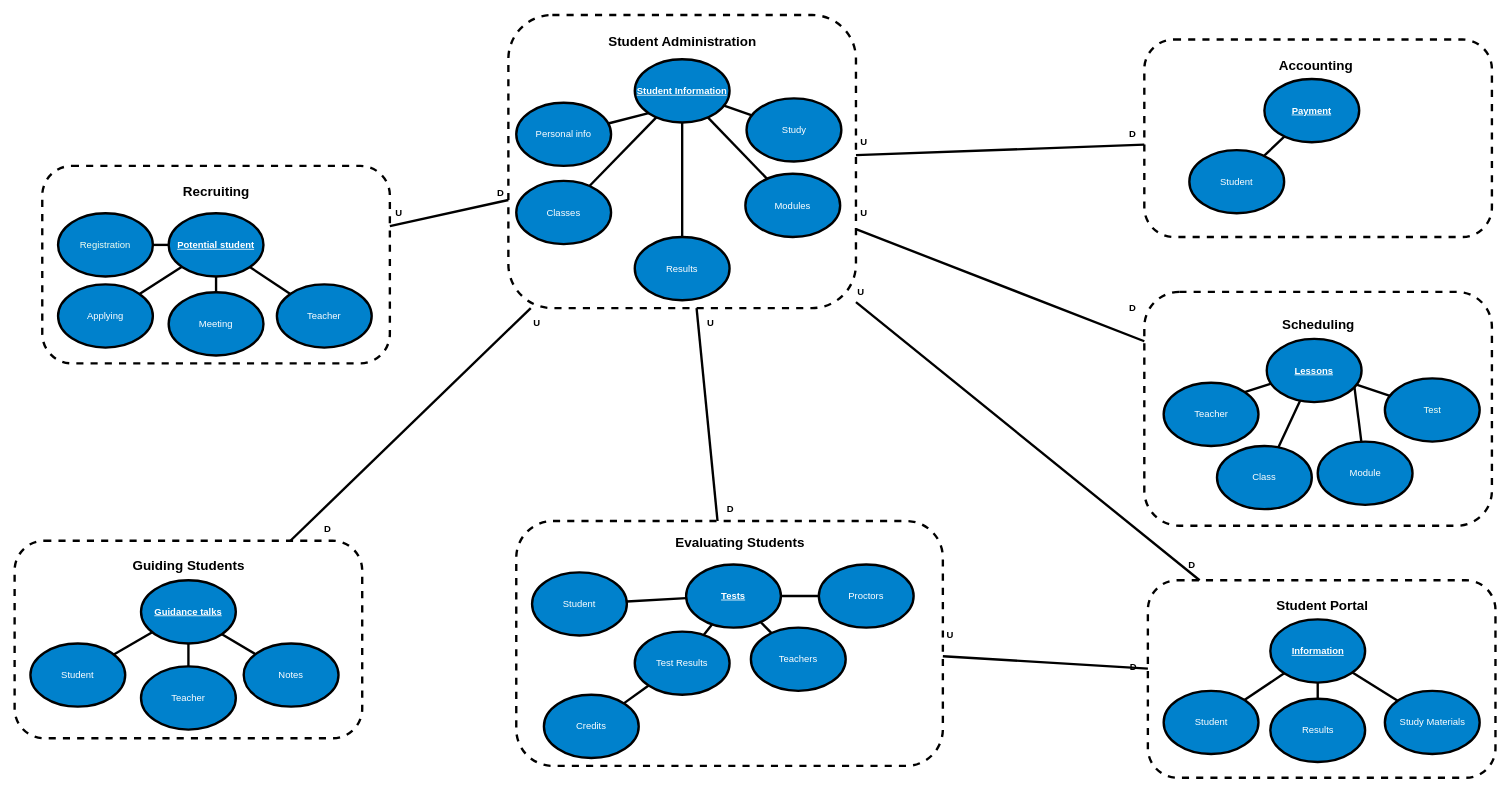
This is Context map.drawio from avantys-solutionarchitecture/documentation, a draw.io file, before an edit. Source tidied: cells renumbered, new cells numbered last; positions are measured from the earlier drawing's top-left corner, leaving out a move shared by most shapes. Both pictures are drawn from the tidied source at 79%, with x=0, y=0 at pixel (14, 14).
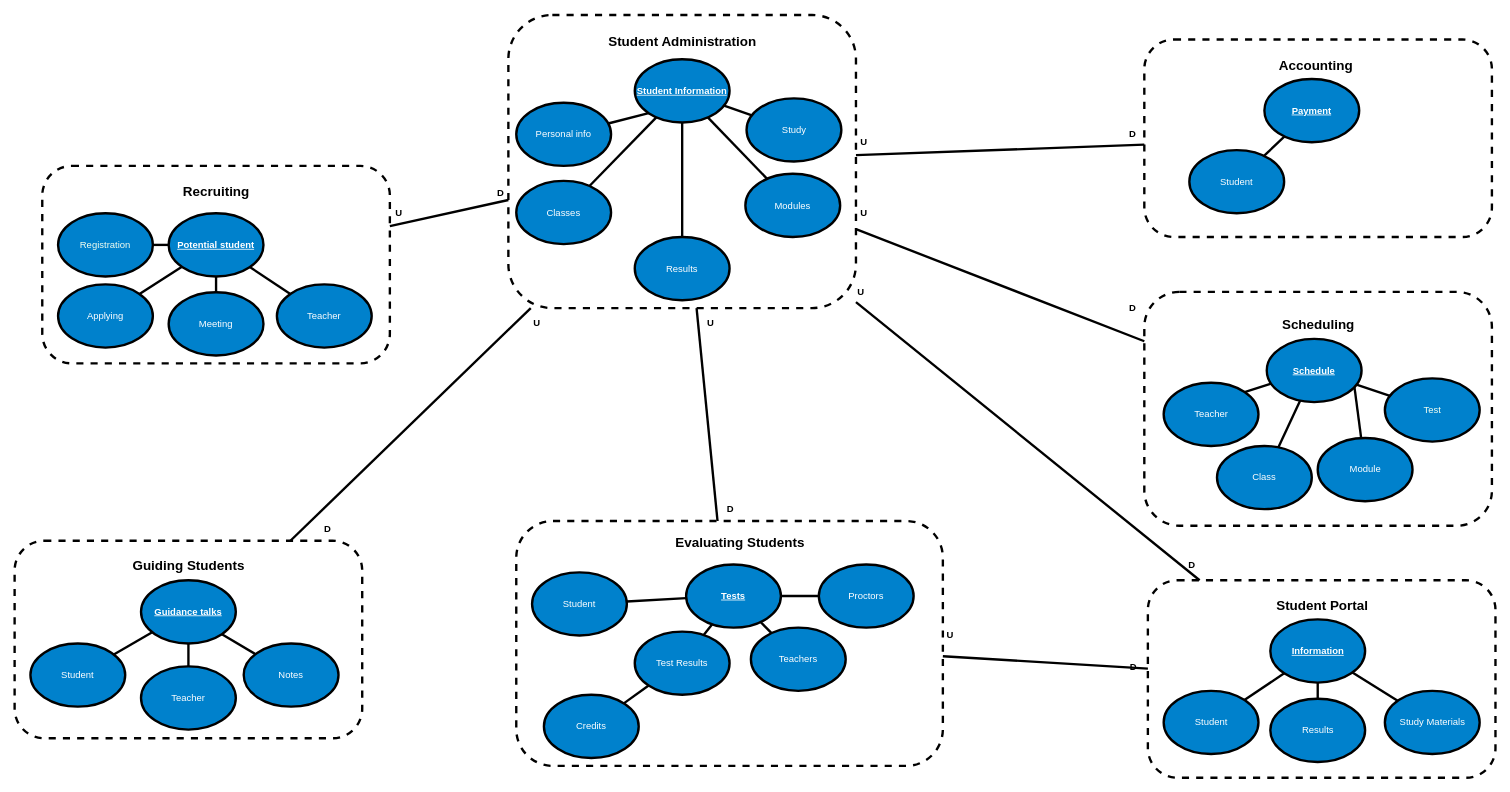
The same diagram, later.

The edit, as a diff of the source:
```diff
@@
-    <mxCell id="55" value="&lt;font color=&quot;#ffffff&quot;&gt;&lt;b&gt;&lt;u&gt;Lessons&lt;/u&gt;&lt;/b&gt;&lt;/font&gt;" style="ellipse;whiteSpace=wrap;html=1;strokeWidth=3;align=center;fontColor=#F3FFF0;fillColor=#0081CC;" parent="1" vertex="1">
+    <mxCell id="55" value="&lt;div&gt;&lt;font color=&quot;#ffffff&quot;&gt;&lt;b&gt;&lt;u&gt;Schedule&lt;/u&gt;&lt;/b&gt;&lt;/font&gt;&lt;/div&gt;" style="ellipse;whiteSpace=wrap;html=1;strokeWidth=3;align=center;fontColor=#F3FFF0;fillColor=#0081CC;" parent="1" vertex="1">
       <mxGeometry x="1585" y="410.5" width="120" height="80" as="geometry" />
     </mxCell>
@@
     <mxCell id="57" value="&lt;font color=&quot;#ffffff&quot;&gt;Module&lt;/font&gt;" style="ellipse;whiteSpace=wrap;html=1;strokeWidth=3;align=center;fontColor=#F3FFF0;fillColor=#0081CC;" parent="1" vertex="1">
-      <mxGeometry x="1649.5" y="540.5" width="120" height="80" as="geometry" />
+      <mxGeometry x="1649.5" y="536" width="120" height="80" as="geometry" />
     </mxCell>
```
